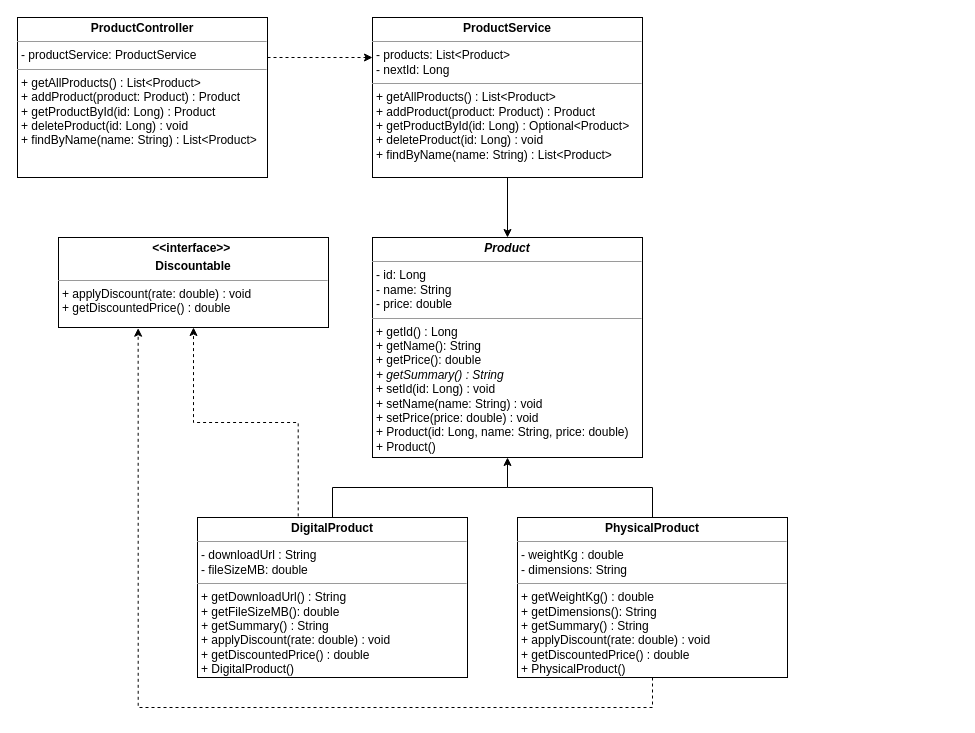
Earlier version of the draw.io diagram products-api/docs/uml/product.drawio (jamesiit/products-api). Source tidied: cells renumbered, new cells numbered last; positions are measured from the earlier drawing's top-left corner, leaving out a move shared by most shapes. Both pictures are drawn from the tidied source at 100%, with x=0, y=0 at pixel (17, 17).
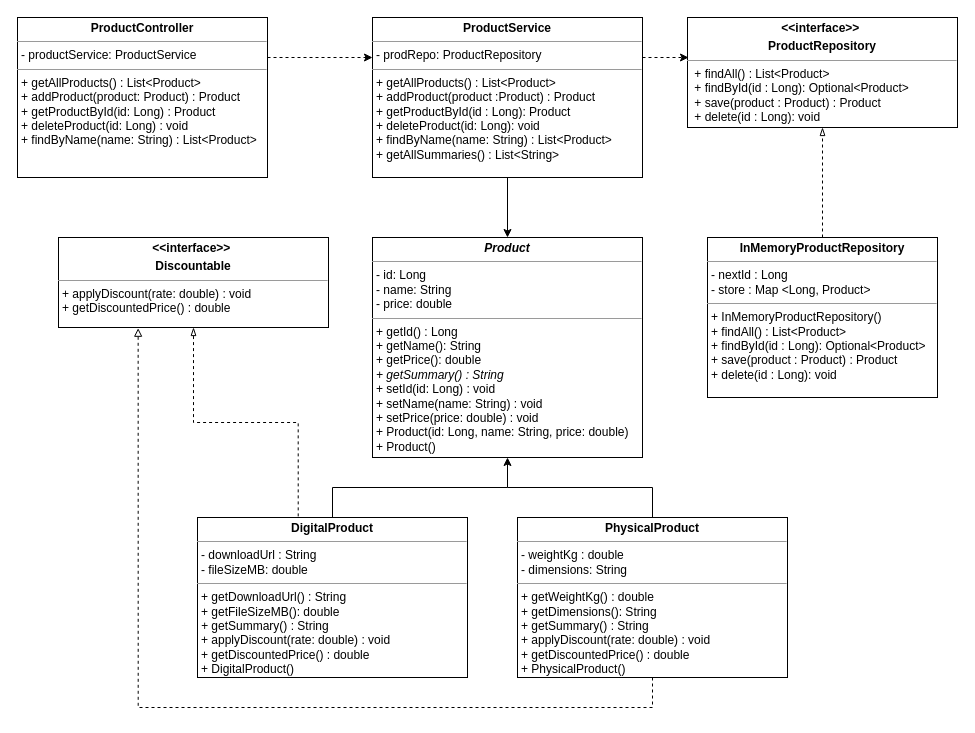
After the change.

Unchanged cells that the change refers to:
```xml
<mxCell id="9" value="&lt;p style=&quot;margin:0px;margin-top:4px;text-align:center;&quot;&gt;&lt;b style=&quot;&quot;&gt;DigitalProduct&lt;/b&gt;&lt;/p&gt;&lt;hr size=&quot;1&quot;&gt;&lt;p style=&quot;margin:0px;margin-left:4px;&quot;&gt;- downloadUrl : String&lt;br&gt;- fileSizeMB: double&lt;/p&gt;&lt;p style=&quot;margin:0px;margin-left:4px;&quot;&gt;&lt;/p&gt;&lt;hr size=&quot;1&quot;&gt;&lt;p style=&quot;margin:0px;margin-left:4px;&quot;&gt;+ getDownloadUrl() : String&lt;/p&gt;&lt;p style=&quot;margin:0px;margin-left:4px;&quot;&gt;+ getFileSizeMB(): double&lt;/p&gt;&lt;p style=&quot;margin:0px;margin-left:4px;&quot;&gt;&lt;i style=&quot;border-color: rgb(218, 220, 224);&quot;&gt;+ &lt;/i&gt;&lt;span style=&quot;border-color: rgb(218, 220, 224);&quot;&gt;getSummary() : String&lt;/span&gt;&lt;/p&gt;&lt;p style=&quot;border-color: rgb(218, 220, 224); margin: 0px 0px 0px 4px;&quot;&gt;+ applyDiscount(rate: double) : void&lt;/p&gt;&lt;p style=&quot;margin:0px;margin-left:4px;&quot;&gt;&lt;span style=&quot;border-color: rgb(218, 220, 224);&quot;&gt;&lt;/span&gt;&lt;/p&gt;&lt;p style=&quot;border-color: rgb(218, 220, 224); margin: 0px 0px 0px 4px;&quot;&gt;+ getDiscountedPrice() : double&lt;/p&gt;&lt;p style=&quot;margin:0px;margin-left:4px;&quot;&gt;+ DigitalProduct()&lt;/p&gt;&lt;p style=&quot;margin:0px;margin-left:4px;&quot;&gt;&lt;/p&gt;" style="verticalAlign=top;align=left;overflow=fill;fontSize=12;fontFamily=Helvetica;html=1;rounded=0;shadow=0;comic=0;labelBackgroundColor=none;strokeWidth=1;" parent="1" vertex="1">
  <mxGeometry x="180" y="500" width="270" height="160" as="geometry" />
</mxCell>
<mxCell id="12" value="&lt;p style=&quot;margin:0px;margin-top:4px;text-align:center;&quot;&gt;&lt;b style=&quot;&quot;&gt;PhysicalProduct&lt;/b&gt;&lt;/p&gt;&lt;hr size=&quot;1&quot;&gt;&lt;p style=&quot;margin:0px;margin-left:4px;&quot;&gt;- weightKg : double&lt;br&gt;- dimensions: String&lt;/p&gt;&lt;p style=&quot;margin:0px;margin-left:4px;&quot;&gt;&lt;/p&gt;&lt;hr size=&quot;1&quot;&gt;&lt;p style=&quot;margin:0px;margin-left:4px;&quot;&gt;+ getWeightKg() : double&lt;/p&gt;&lt;p style=&quot;margin:0px;margin-left:4px;&quot;&gt;+ getDimensions(): String&lt;/p&gt;&lt;p style=&quot;margin:0px;margin-left:4px;&quot;&gt;+ getSummary() : String&lt;/p&gt;&lt;p style=&quot;border-color: rgb(218, 220, 224); margin: 0px 0px 0px 4px;&quot;&gt;+ applyDiscount(rate: double) : void&lt;/p&gt;&lt;p style=&quot;border-color: rgb(218, 220, 224); margin: 0px 0px 0px 4px;&quot;&gt;+ getDiscountedPrice() : double&lt;/p&gt;&lt;p style=&quot;margin:0px;margin-left:4px;&quot;&gt;+ PhysicalProduct()&lt;/p&gt;&lt;p style=&quot;margin:0px;margin-left:4px;&quot;&gt;&lt;/p&gt;" style="verticalAlign=top;align=left;overflow=fill;fontSize=12;fontFamily=Helvetica;html=1;rounded=0;shadow=0;comic=0;labelBackgroundColor=none;strokeWidth=1;" parent="1" vertex="1">
  <mxGeometry x="500" y="500" width="270" height="160" as="geometry" />
</mxCell>
<mxCell id="13" value="&lt;p style=&quot;margin:0px;margin-top:4px;text-align:center;&quot;&gt;&lt;b style=&quot;&quot;&gt;&amp;lt;&amp;lt;interface&amp;gt;&amp;gt;&amp;nbsp;&lt;/b&gt;&lt;/p&gt;&lt;p style=&quot;margin:0px;margin-top:4px;text-align:center;&quot;&gt;&lt;b style=&quot;&quot;&gt;Discountable&lt;/b&gt;&lt;/p&gt;&lt;hr size=&quot;1&quot;&gt;&lt;p style=&quot;margin:0px;margin-left:4px;&quot;&gt;+ applyDiscount(rate: double) : void&lt;/p&gt;&lt;p style=&quot;margin:0px;margin-left:4px;&quot;&gt;+ getDiscountedPrice() : double&lt;/p&gt;&lt;br&gt;&lt;p style=&quot;margin:0px;margin-left:4px;&quot;&gt;&lt;/p&gt;" style="verticalAlign=top;align=left;overflow=fill;fontSize=12;fontFamily=Helvetica;html=1;rounded=0;shadow=0;comic=0;labelBackgroundColor=none;strokeWidth=1;" parent="1" vertex="1">
  <mxGeometry x="41" y="220" width="270" height="90" as="geometry" />
</mxCell>
```

What changed in the source:
```diff
@@
-    <mxCell id="4" value="&lt;p style=&quot;margin:0px;margin-top:4px;text-align:center;&quot;&gt;&lt;b&gt;ProductService&lt;/b&gt;&lt;/p&gt;&lt;hr size=&quot;1&quot;&gt;&lt;p style=&quot;margin:0px;margin-left:4px;&quot;&gt;- products: List&amp;lt;Product&amp;gt;&lt;br&gt;- nextId: Long&lt;/p&gt;&lt;hr size=&quot;1&quot;&gt;&lt;p style=&quot;margin:0px;margin-left:4px;&quot;&gt;+ getAllProducts() : List&amp;lt;Product&amp;gt;&lt;br&gt;+ addProduct(product: Product) : Product&lt;/p&gt;&lt;p style=&quot;margin:0px;margin-left:4px;&quot;&gt;+ getProductById(id: Long) : Optional&amp;lt;Product&amp;gt;&lt;/p&gt;&lt;p style=&quot;margin:0px;margin-left:4px;&quot;&gt;+ deleteProduct(id: Long) : void&lt;/p&gt;&lt;p style=&quot;margin:0px;margin-left:4px;&quot;&gt;+ findByName(name: String) : List&amp;lt;Product&amp;gt;&lt;/p&gt;" style="verticalAlign=top;align=left;overflow=fill;fontSize=12;fontFamily=Helvetica;html=1;rounded=0;shadow=0;comic=0;labelBackgroundColor=none;strokeWidth=1;" parent="1" vertex="1">
+    <mxCell id="4" value="&lt;p style=&quot;margin:0px;margin-top:4px;text-align:center;&quot;&gt;&lt;b&gt;ProductService&lt;/b&gt;&lt;/p&gt;&lt;hr size=&quot;1&quot;&gt;&lt;p style=&quot;margin:0px;margin-left:4px;&quot;&gt;- prodRepo: ProductRepository&lt;/p&gt;&lt;hr size=&quot;1&quot;&gt;&lt;p style=&quot;margin:0px;margin-left:4px;&quot;&gt;+ getAllProducts() : List&amp;lt;Product&amp;gt;&lt;/p&gt;&lt;p style=&quot;margin:0px;margin-left:4px;&quot;&gt;+ addProduct(product :Product) : Product&lt;/p&gt;&lt;p style=&quot;margin:0px;margin-left:4px;&quot;&gt;+ getProductById(id : Long): Product&lt;/p&gt;&lt;p style=&quot;margin:0px;margin-left:4px;&quot;&gt;+ deleteProduct(id: Long): void&lt;/p&gt;&lt;p style=&quot;margin:0px;margin-left:4px;&quot;&gt;+ findByName(name: String) : List&amp;lt;Product&amp;gt;&lt;/p&gt;&lt;p style=&quot;margin:0px;margin-left:4px;&quot;&gt;+ getAllSummaries() : List&amp;lt;String&amp;gt;&lt;span style=&quot;background-color: transparent; color: light-dark(rgb(0, 0, 0), rgb(255, 255, 255));&quot;&gt;&amp;nbsp; &amp;nbsp;&lt;/span&gt;&lt;/p&gt;" style="verticalAlign=top;align=left;overflow=fill;fontSize=12;fontFamily=Helvetica;html=1;rounded=0;shadow=0;comic=0;labelBackgroundColor=none;strokeWidth=1;" parent="1" vertex="1">
       <mxGeometry x="355" width="270" height="160" as="geometry" />
     </mxCell>
@@
-    <mxCell id="8" style="edgeStyle=orthogonalEdgeStyle;rounded=0;jettySize=auto;html=1;entryX=0.5;entryY=1;entryDx=0;entryDy=0;dashed=1;exitX=0.373;exitY=-0.007;exitDx=0;exitDy=0;exitPerimeter=0;" parent="1" edge="1" source="9" target="13">
+    <mxCell id="8" style="edgeStyle=orthogonalEdgeStyle;rounded=0;jettySize=auto;html=1;entryX=0.5;entryY=1;entryDx=0;entryDy=0;dashed=1;exitX=0.373;exitY=-0.007;exitDx=0;exitDy=0;exitPerimeter=0;endArrow=blockThin;endFill=0;" parent="1" edge="1" source="9" target="13">
       <mxGeometry relative="1" as="geometry" />
     </mxCell>
@@
-    <mxCell id="11" style="edgeStyle=orthogonalEdgeStyle;rounded=0;jettySize=auto;html=1;entryX=0.295;entryY=1.008;entryDx=0;entryDy=0;entryPerimeter=0;dashed=1;" parent="1" edge="1" source="12" target="13">
+    <mxCell id="11" style="edgeStyle=orthogonalEdgeStyle;rounded=0;jettySize=auto;html=1;entryX=0.295;entryY=1.008;entryDx=0;entryDy=0;entryPerimeter=0;dashed=1;endArrow=block;endFill=0;" parent="1" edge="1" source="12" target="13">
       <mxGeometry relative="1" as="geometry">
         <Array as="points">
           <mxPoint x="635" y="690" />
           <mxPoint x="121" y="690" />
         </Array>
       </mxGeometry>
     </mxCell>
@@
+    <mxCell id="14" value="&lt;p style=&quot;margin:0px;margin-top:4px;text-align:center;&quot;&gt;&lt;b style=&quot;&quot;&gt;&amp;lt;&amp;lt;interface&amp;gt;&amp;gt;&amp;nbsp;&lt;/b&gt;&lt;/p&gt;&lt;p style=&quot;margin:0px;margin-top:4px;text-align:center;&quot;&gt;&lt;b&gt;ProductRepository&lt;/b&gt;&lt;/p&gt;&lt;hr size=&quot;1&quot;&gt;&lt;p style=&quot;margin:0px;margin-left:4px;&quot;&gt;&amp;nbsp;+ findAll() :&amp;nbsp;&lt;span style=&quot;background-color: transparent; color: light-dark(rgb(0, 0, 0), rgb(255, 255, 255));&quot;&gt;List&amp;lt;Product&amp;gt;&lt;/span&gt;&lt;/p&gt;&lt;p style=&quot;margin:0px;margin-left:4px;&quot;&gt;&amp;nbsp;+ findById(id : Long):&amp;nbsp;&lt;span style=&quot;background-color: transparent; color: light-dark(rgb(0, 0, 0), rgb(255, 255, 255));&quot;&gt;Optional&amp;lt;Product&amp;gt;&lt;/span&gt;&lt;/p&gt;&lt;p style=&quot;margin:0px;margin-left:4px;&quot;&gt;&amp;nbsp;+ save(product : Product) :&amp;nbsp;&lt;span style=&quot;background-color: transparent; color: light-dark(rgb(0, 0, 0), rgb(255, 255, 255));&quot;&gt;Product&lt;/span&gt;&lt;span style=&quot;background-color: transparent; color: light-dark(rgb(0, 0, 0), rgb(255, 255, 255));&quot;&gt;&amp;nbsp;&lt;/span&gt;&lt;/p&gt;&lt;p style=&quot;margin:0px;margin-left:4px;&quot;&gt;&amp;nbsp;+ delete(id : Long):&amp;nbsp;&lt;span style=&quot;background-color: transparent; color: light-dark(rgb(0, 0, 0), rgb(255, 255, 255));&quot;&gt;void&lt;/span&gt;&lt;span style=&quot;background-color: transparent; color: light-dark(rgb(0, 0, 0), rgb(255, 255, 255));&quot;&gt;&amp;nbsp;&lt;/span&gt;&lt;/p&gt;&lt;br&gt;&lt;p style=&quot;margin:0px;margin-left:4px;&quot;&gt;&lt;/p&gt;" style="verticalAlign=top;align=left;overflow=fill;fontSize=12;fontFamily=Helvetica;html=1;rounded=0;shadow=0;comic=0;labelBackgroundColor=none;strokeWidth=1;" parent="1" vertex="1">
+      <mxGeometry x="670" width="270" height="110" as="geometry" />
+    </mxCell>
+    <mxCell id="15" value="&lt;p style=&quot;margin:0px;margin-top:4px;text-align:center;&quot;&gt;&lt;b&gt;InMemoryProductRepository&lt;/b&gt;&lt;/p&gt;&lt;hr size=&quot;1&quot;&gt;&lt;p style=&quot;margin:0px;margin-left:4px;&quot;&gt;- nextId : Long&lt;br&gt;- store :&amp;nbsp;&lt;span style=&quot;background-color: transparent; color: light-dark(rgb(0, 0, 0), rgb(255, 255, 255));&quot;&gt;Map &amp;lt;Long, Product&amp;gt;&lt;/span&gt;&lt;span style=&quot;background-color: transparent; color: light-dark(rgb(0, 0, 0), rgb(255, 255, 255));&quot;&gt;&amp;nbsp;&lt;/span&gt;&lt;/p&gt;&lt;p style=&quot;margin:0px;margin-left:4px;&quot;&gt;&lt;/p&gt;&lt;hr size=&quot;1&quot;&gt;&lt;p style=&quot;margin:0px;margin-left:4px;&quot;&gt;+ InMemoryProductRepository()&lt;/p&gt;&lt;p style=&quot;margin: 0px 0px 0px 4px;&quot;&gt;+ findAll() :&amp;nbsp;&lt;span style=&quot;background-color: transparent; color: light-dark(rgb(0, 0, 0), rgb(255, 255, 255));&quot;&gt;List&amp;lt;Product&amp;gt;&lt;/span&gt;&lt;/p&gt;&lt;p style=&quot;margin: 0px 0px 0px 4px;&quot;&gt;+ findById(id : Long):&amp;nbsp;&lt;span style=&quot;background-color: transparent; color: light-dark(rgb(0, 0, 0), rgb(255, 255, 255));&quot;&gt;Optional&amp;lt;Product&amp;gt;&lt;/span&gt;&lt;/p&gt;&lt;p style=&quot;margin: 0px 0px 0px 4px;&quot;&gt;+ save(product : Product) :&amp;nbsp;&lt;span style=&quot;background-color: transparent; color: light-dark(rgb(0, 0, 0), rgb(255, 255, 255));&quot;&gt;Product&lt;/span&gt;&lt;span style=&quot;background-color: transparent; color: light-dark(rgb(0, 0, 0), rgb(255, 255, 255));&quot;&gt;&amp;nbsp;&lt;/span&gt;&lt;/p&gt;&lt;p style=&quot;margin: 0px 0px 0px 4px;&quot;&gt;+ delete(id : Long):&amp;nbsp;&lt;span style=&quot;background-color: transparent; color: light-dark(rgb(0, 0, 0), rgb(255, 255, 255));&quot;&gt;void&lt;/span&gt;&lt;span style=&quot;background-color: transparent; color: light-dark(rgb(0, 0, 0), rgb(255, 255, 255));&quot;&gt;&amp;nbsp;&lt;/span&gt;&lt;/p&gt;&lt;div&gt;&lt;span style=&quot;background-color: transparent; color: light-dark(rgb(0, 0, 0), rgb(255, 255, 255));&quot;&gt;&lt;br&gt;&lt;/span&gt;&lt;/div&gt;&lt;p style=&quot;margin:0px;margin-left:4px;&quot;&gt;&lt;/p&gt;" style="verticalAlign=top;align=left;overflow=fill;fontSize=12;fontFamily=Helvetica;html=1;rounded=0;shadow=0;comic=0;labelBackgroundColor=none;strokeWidth=1;" parent="1" vertex="1">
+      <mxGeometry x="690" y="220" width="230" height="160" as="geometry" />
+    </mxCell>
+    <mxCell id="16" style="edgeStyle=orthogonalEdgeStyle;rounded=0;jettySize=auto;html=1;dashed=1;exitX=0.5;exitY=0;exitDx=0;exitDy=0;entryX=0.5;entryY=1;entryDx=0;entryDy=0;endArrow=blockThin;endFill=0;" parent="1" edge="1" source="15" target="14">
+      <mxGeometry relative="1" as="geometry" />
+    </mxCell>
+    <mxCell id="17" style="edgeStyle=none;jettySize=auto;html=1;rounded=0;dashed=1;exitX=1;exitY=0.25;exitDx=0;exitDy=0;" parent="1" edge="1" source="4">
+      <mxGeometry relative="1" as="geometry">
+        <mxPoint x="671" y="40" as="targetPoint" />
+      </mxGeometry>
+    </mxCell>
```
